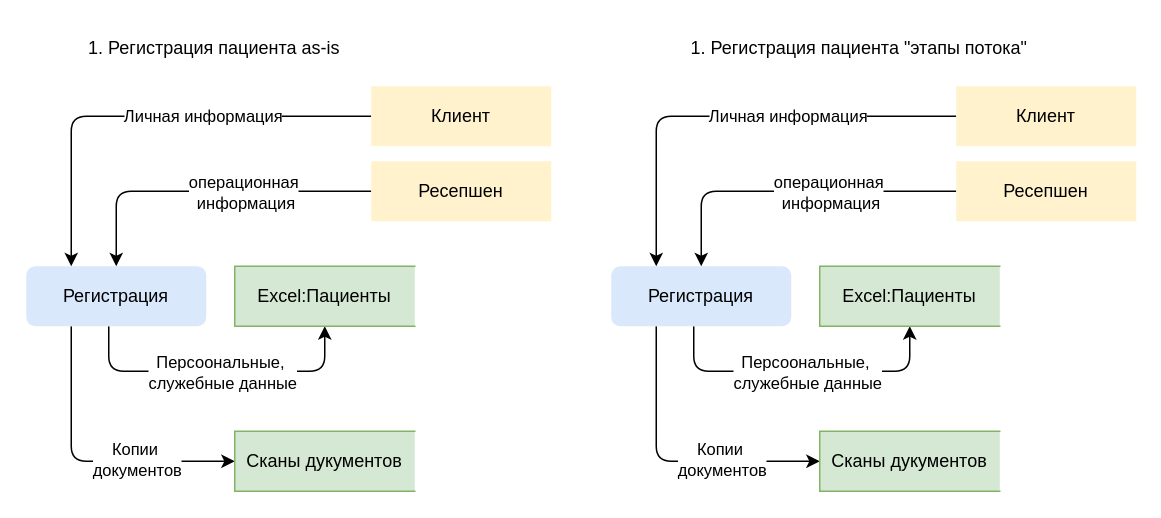
The draw.io diagram Task1/DFD-Registration-As-Is.drawio in AdvanGit/practicum-sprint-10, before the edit. Source tidied: cells renumbered, new cells numbered last; positions are measured from the earlier drawing's top-left corner, leaving out a move shared by most shapes. Both pictures are drawn from the tidied source at 150%, with x=0, y=0 at pixel (26, 26).
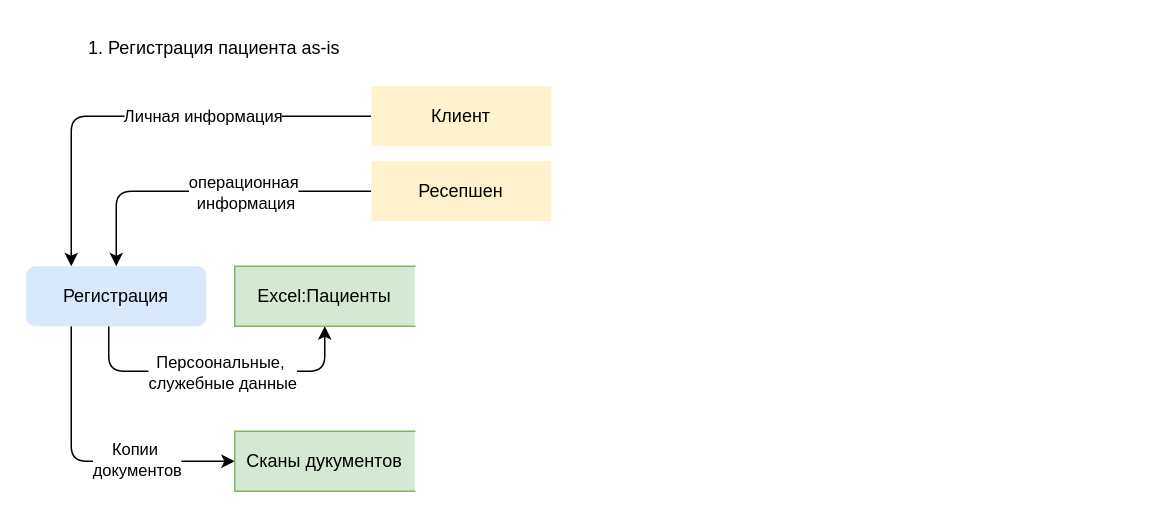
The same page after the edit.

Change to the diagram source:
```diff
@@
-    <mxCell id="13" value="1. Регистрация пациента &quot;этапы потока&quot;" style="text;html=1;align=center;verticalAlign=middle;strokeColor=none;fillColor=none;" parent="1" vertex="1">
-      <mxGeometry x="430" width="250" height="30" as="geometry" />
-    </mxCell>
@@
-    <mxCell id="17" style="edgeStyle=orthogonalEdgeStyle;rounded=1;jettySize=auto;html=1;entryX=0.5;entryY=0;entryDx=0;entryDy=0;curved=0;" parent="1" edge="1" source="19" target="24">
-      <mxGeometry relative="1" as="geometry" />
-    </mxCell>
-    <mxCell id="18" value="&lt;div&gt;операционная&lt;/div&gt;&lt;div&gt;&amp;nbsp;информация&lt;/div&gt;" style="edgeLabel;html=1;align=center;verticalAlign=middle;" parent="17" vertex="1">
-      <mxGeometry x="-0.1" y="-3" relative="1" as="geometry">
-        <mxPoint x="13" y="3" as="offset" />
-      </mxGeometry>
-    </mxCell>
-    <mxCell id="19" value="Ресепшен" style="html=1;dashed=0;whiteSpace=wrap;fillColor=#fff2cc;strokeColor=none;" parent="1" vertex="1">
-      <mxGeometry x="620" y="90" width="120" height="40" as="geometry" />
-    </mxCell>
-    <mxCell id="20" style="edgeStyle=orthogonalEdgeStyle;rounded=1;jettySize=auto;html=1;entryX=0.5;entryY=1;entryDx=0;entryDy=0;curved=0;" parent="1" edge="1" source="24" target="25">
-      <mxGeometry relative="1" as="geometry">
-        <Array as="points">
-          <mxPoint x="445" y="230" />
-          <mxPoint x="589" y="230" />
-        </Array>
-      </mxGeometry>
-    </mxCell>
-    <mxCell id="21" value="Персоональные,&amp;nbsp;&lt;div&gt;&lt;span style=&quot;background-color: light-dark(#ffffff, var(--ge-dark-color, #121212)); color: light-dark(rgb(0, 0, 0), rgb(255, 255, 255));&quot;&gt;служебные данные&lt;/span&gt;&lt;/div&gt;" style="edgeLabel;html=1;align=center;verticalAlign=middle;" parent="20" vertex="1">
-      <mxGeometry x="-0.01" relative="1" as="geometry">
-        <mxPoint x="4" as="offset" />
-      </mxGeometry>
-    </mxCell>
-    <mxCell id="22" style="edgeStyle=orthogonalEdgeStyle;rounded=1;jettySize=auto;html=1;exitX=0.25;exitY=1;exitDx=0;exitDy=0;entryX=0;entryY=0.5;entryDx=0;entryDy=0;curved=0;" parent="1" edge="1" source="24" target="26">
-      <mxGeometry relative="1" as="geometry" />
-    </mxCell>
-    <mxCell id="23" value="Копии&amp;nbsp;&lt;div&gt;документов&lt;/div&gt;" style="edgeLabel;html=1;align=center;verticalAlign=middle;" parent="22" vertex="1">
-      <mxGeometry x="0.34" y="2" relative="1" as="geometry" />
-    </mxCell>
-    <mxCell id="24" value="Регистрация" style="html=1;dashed=0;whiteSpace=wrap;rounded=1;fillColor=#dae8fc;strokeColor=none;" parent="1" vertex="1">
-      <mxGeometry x="390" y="160" width="120" height="40" as="geometry" />
-    </mxCell>
-    <mxCell id="25" value="Excel:Пациенты" style="html=1;dashed=0;whiteSpace=wrap;shape=partialRectangle;right=0;fillColor=#d5e8d4;strokeColor=#82b366;" parent="1" vertex="1">
-      <mxGeometry x="529" y="160" width="120" height="40" as="geometry" />
-    </mxCell>
-    <mxCell id="26" value="Сканы дукументов" style="html=1;dashed=0;whiteSpace=wrap;shape=partialRectangle;right=0;fillColor=#d5e8d4;strokeColor=#82b366;" parent="1" vertex="1">
-      <mxGeometry x="529" y="270" width="120" height="40" as="geometry" />
-    </mxCell>
-    <mxCell id="27" style="edgeStyle=orthogonalEdgeStyle;rounded=1;jettySize=auto;html=1;entryX=0.25;entryY=0;entryDx=0;entryDy=0;curved=0;" parent="1" edge="1" source="29" target="24">
-      <mxGeometry relative="1" as="geometry" />
-    </mxCell>
-    <mxCell id="28" value="Личная информация" style="edgeLabel;html=1;align=center;verticalAlign=middle;" parent="27" vertex="1">
-      <mxGeometry x="-0.25" y="-1" relative="1" as="geometry" />
-    </mxCell>
-    <mxCell id="29" value="Клиент" style="html=1;dashed=0;whiteSpace=wrap;fillColor=#fff2cc;strokeColor=none;" parent="1" vertex="1">
-      <mxGeometry x="620" y="40" width="120" height="40" as="geometry" />
-    </mxCell>
```
